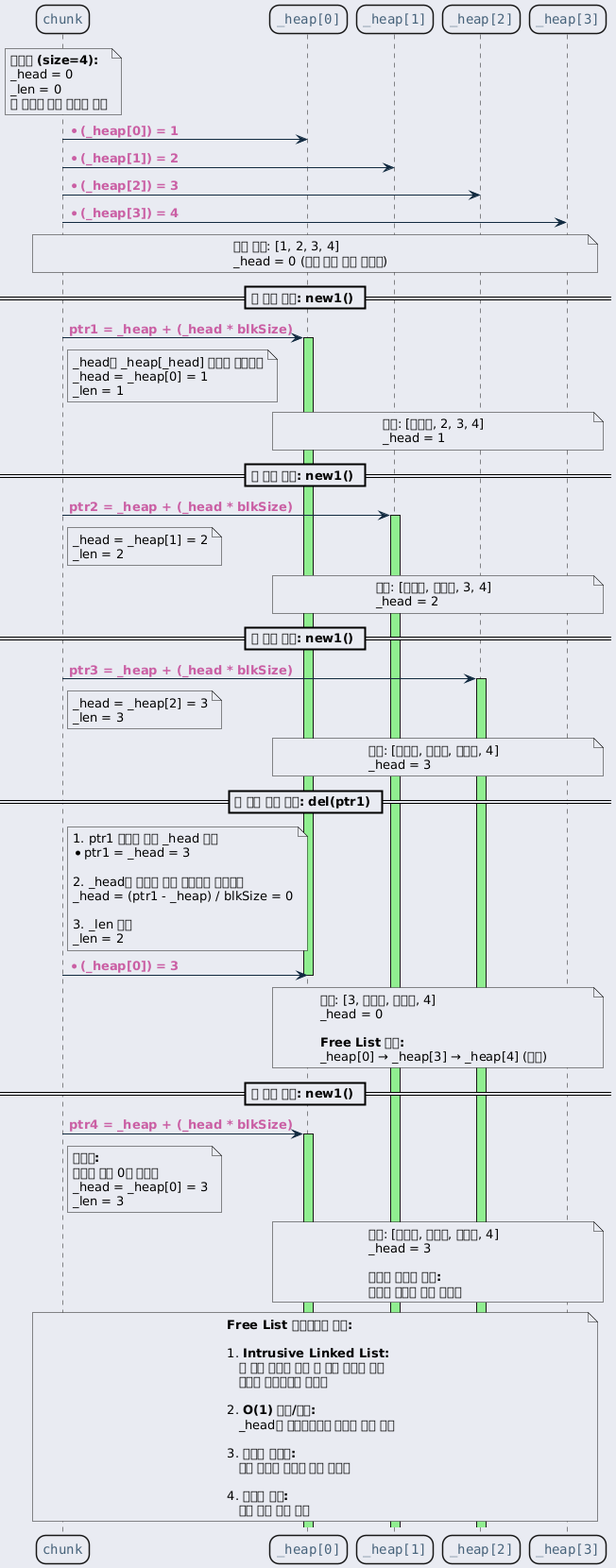
Before: ref/generated/ko/inline_umlgraph_12.png, a diagram exported from PlantUML (byeolang/website). Source of this version:
```plantuml
@startuml inline_umlgraph_12.png
<style>
  root {
    BackGroundColor: #E9EBF2;
  }
  class, node, object, participant, actor, boundary, control, entity, database, collections, queue {
    LineThickness: 1.5;
    HorizontalAlignment center;
    FontColor: #47637b;
    FontSize: 14;
    FontName: "Courier";
    RoundCorner: 20;
  }
  arrow {
    LineColor: #112a40;
    FontColor: #ca5fa4;
    FontStyle: "bold"
  }
  visibilityIcon {
    protected {
      LineColor DarkGoldenRod
      BackgroundColor DarkGoldenRod
    }
}
</style>
participant "chunk" as chunk
participant "_heap[0]" as heap0
participant "_heap[1]" as heap1
participant "_heap[2]" as heap2
participant "_heap[3]" as heap3

note over chunk
  <b>초기화 (size=4):</b>
  _head = 0
  _len = 0
  각 원소에 다음 인덱스 저장
end note

chunk -> heap0 : *(_heap[0]) = 1
chunk -> heap1 : *(_heap[1]) = 2
chunk -> heap2 : *(_heap[2]) = 3
chunk -> heap3 : *(_heap[3]) = 4

note over chunk, heap3
  초기 상태: [1, 2, 3, 4]
  _head = 0 (다음 할당 가능 인덱스)
end note

== 첫 번째 할당: new1() ==

chunk -> heap0 : ptr1 = _heap + (_head * blkSize)
activate heap0 #lightgreen

note right of chunk
  _head를 _heap[_head] 값으로 업데이트
  _head = _heap[0] = 1
  _len = 1
end note

note over heap0, heap3
  상태: [<b>사용중</b>, 2, 3, 4]
  _head = 1
end note

== 두 번째 할당: new1() ==

chunk -> heap1 : ptr2 = _heap + (_head * blkSize)
activate heap1 #lightgreen

note right of chunk
  _head = _heap[1] = 2
  _len = 2
end note

note over heap0, heap3
  상태: [<b>사용중</b>, <b>사용중</b>, 3, 4]
  _head = 2
end note

== 세 번째 할당: new1() ==

chunk -> heap2 : ptr3 = _heap + (_head * blkSize)
activate heap2 #lightgreen

note right of chunk
  _head = _heap[2] = 3
  _len = 3
end note

note over heap0, heap3
  상태: [<b>사용중</b>, <b>사용중</b>, <b>사용중</b>, 4]
  _head = 3
end note

== 첫 번째 블록 해제: del(ptr1) ==

note right of chunk
  1. ptr1 위치에 현재 _head 저장
  *ptr1 = _head = 3

  2. _head를 해제한 블록 인덱스로 업데이트
  _head = (ptr1 - _heap) / blkSize = 0

  3. _len 감소
  _len = 2
end note

chunk -> heap0 : *(_heap[0]) = 3
deactivate heap0

note over heap0, heap3
  상태: [3, <b>사용중</b>, <b>사용중</b>, 4]
  _head = 0

  <b>Free List 구조:</b>
  _heap[0] → _heap[3] → _heap[4] (없음)
end note

== 네 번째 할당: new1() ==

chunk -> heap0 : ptr4 = _heap + (_head * blkSize)
activate heap0 #lightgreen

note right of chunk
  <b>재사용:</b>
  해제된 블록 0을 재사용
  _head = _heap[0] = 3
  _len = 3
end note

note over heap0, heap3
  상태: [<b>사용중</b>, <b>사용중</b>, <b>사용중</b>, 4]
  _head = 3

  <b>메모리 지역성 향상:</b>
  해제된 블록을 즉시 재사용
end note

note over chunk, heap3
  <b>Free List 알고리즘의 특징:</b>

  1. <b>Intrusive Linked List:</b>
     빈 블록 자체에 다음 빈 블록 인덱스 저장
     별도의 메타데이터 불필요

  2. <b>O(1) 할당/해제:</b>
     _head만 업데이트하면 되므로 상수 시간

  3. <b>메모리 지역성:</b>
     최근 해제된 블록을 먼저 재사용

  4. <b>단편화 방지:</b>
     고정 크기 블록 사용
end note
@enduml
```
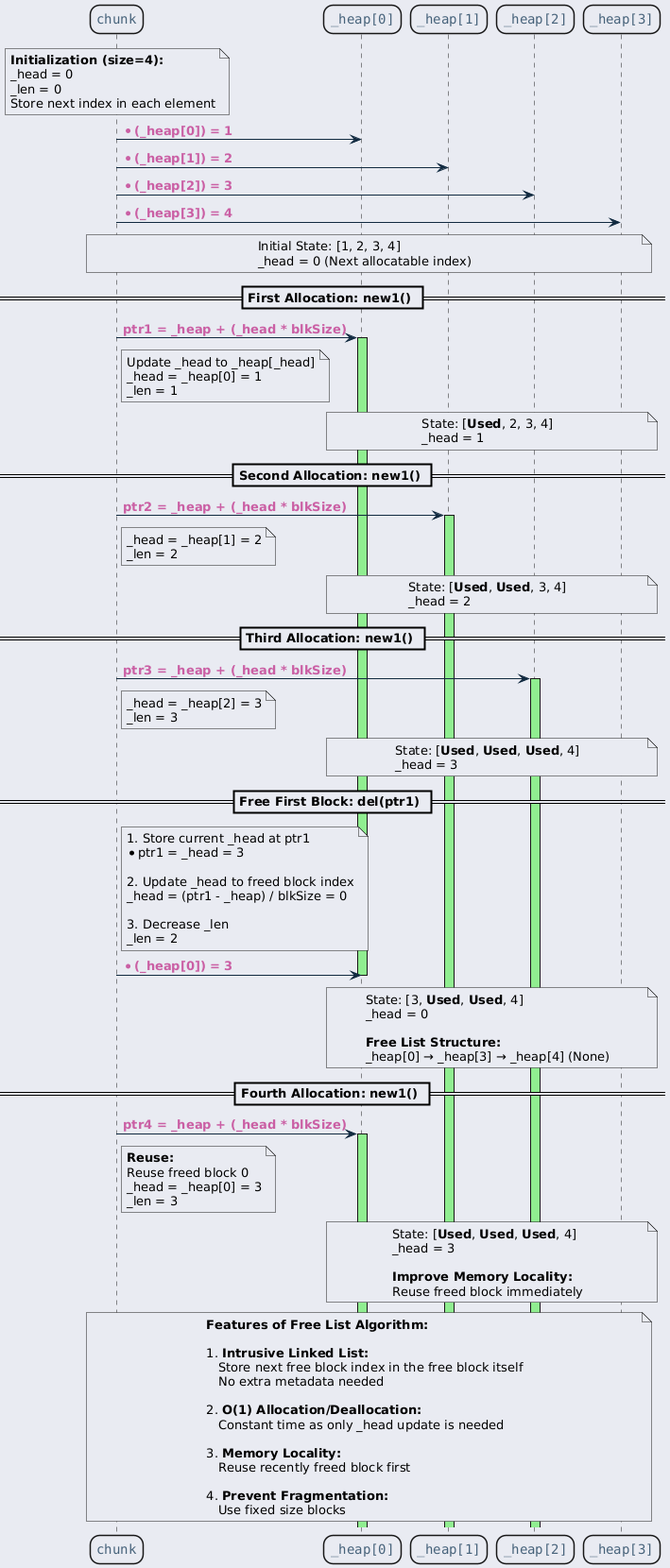
Later version of the same file.

The edit, as a diff of the source:
```diff
@@ -30,10 +30,10 @@
 participant "_heap[3]" as heap3
 
 note over chunk
-  <b>초기화 (size=4):</b>
+  <b>Initialization (size=4):</b>
   _head = 0
   _len = 0
-  각 원소에 다음 인덱스 저장
+  Store next index in each element
 end note
 
 chunk -> heap0 : *(_heap[0]) = 1
@@ -42,27 +42,27 @@
 chunk -> heap3 : *(_heap[3]) = 4
 
 note over chunk, heap3
-  초기 상태: [1, 2, 3, 4]
-  _head = 0 (다음 할당 가능 인덱스)
+  Initial State: [1, 2, 3, 4]
+  _head = 0 (Next allocatable index)
 end note
 
-== 첫 번째 할당: new1() ==
+== First Allocation: new1() ==
 
 chunk -> heap0 : ptr1 = _heap + (_head * blkSize)
 activate heap0 #lightgreen
 
 note right of chunk
-  _head를 _heap[_head] 값으로 업데이트
+  Update _head to _heap[_head]
   _head = _heap[0] = 1
   _len = 1
 end note
 
 note over heap0, heap3
-  상태: [<b>사용중</b>, 2, 3, 4]
+  State: [<b>Used</b>, 2, 3, 4]
   _head = 1
 end note
 
-== 두 번째 할당: new1() ==
+== Second Allocation: new1() ==
 
 chunk -> heap1 : ptr2 = _heap + (_head * blkSize)
 activate heap1 #lightgreen
@@ -73,11 +73,11 @@
 end note
 
 note over heap0, heap3
-  상태: [<b>사용중</b>, <b>사용중</b>, 3, 4]
+  State: [<b>Used</b>, <b>Used</b>, 3, 4]
   _head = 2
 end note
 
-== 세 번째 할당: new1() ==
+== Third Allocation: new1() ==
 
 chunk -> heap2 : ptr3 = _heap + (_head * blkSize)
 activate heap2 #lightgreen
@@ -88,20 +88,20 @@
 end note
 
 note over heap0, heap3
-  상태: [<b>사용중</b>, <b>사용중</b>, <b>사용중</b>, 4]
+  State: [<b>Used</b>, <b>Used</b>, <b>Used</b>, 4]
   _head = 3
 end note
 
-== 첫 번째 블록 해제: del(ptr1) ==
+== Free First Block: del(ptr1) ==
 
 note right of chunk
-  1. ptr1 위치에 현재 _head 저장
+  1. Store current _head at ptr1
   *ptr1 = _head = 3
 
-  2. _head를 해제한 블록 인덱스로 업데이트
+  2. Update _head to freed block index
   _head = (ptr1 - _heap) / blkSize = 0
 
-  3. _len 감소
+  3. Decrease _len
   _len = 2
 end note
 
@@ -109,47 +109,47 @@
 deactivate heap0
 
 note over heap0, heap3
-  상태: [3, <b>사용중</b>, <b>사용중</b>, 4]
+  State: [3, <b>Used</b>, <b>Used</b>, 4]
   _head = 0
 
-  <b>Free List 구조:</b>
-  _heap[0] → _heap[3] → _heap[4] (없음)
+  <b>Free List Structure:</b>
+  _heap[0] → _heap[3] → _heap[4] (None)
 end note
 
-== 네 번째 할당: new1() ==
+== Fourth Allocation: new1() ==
 
 chunk -> heap0 : ptr4 = _heap + (_head * blkSize)
 activate heap0 #lightgreen
 
 note right of chunk
-  <b>재사용:</b>
-  해제된 블록 0을 재사용
+  <b>Reuse:</b>
+  Reuse freed block 0
   _head = _heap[0] = 3
   _len = 3
 end note
 
 note over heap0, heap3
-  상태: [<b>사용중</b>, <b>사용중</b>, <b>사용중</b>, 4]
+  State: [<b>Used</b>, <b>Used</b>, <b>Used</b>, 4]
   _head = 3
 
-  <b>메모리 지역성 향상:</b>
-  해제된 블록을 즉시 재사용
+  <b>Improve Memory Locality:</b>
+  Reuse freed block immediately
 end note
 
 note over chunk, heap3
-  <b>Free List 알고리즘의 특징:</b>
+  <b>Features of Free List Algorithm:</b>
 
   1. <b>Intrusive Linked List:</b>
-     빈 블록 자체에 다음 빈 블록 인덱스 저장
-     별도의 메타데이터 불필요
+     Store next free block index in the free block itself
+     No extra metadata needed
 
-  2. <b>O(1) 할당/해제:</b>
-     _head만 업데이트하면 되므로 상수 시간
+  2. <b>O(1) Allocation/Deallocation:</b>
+     Constant time as only _head update is needed
 
-  3. <b>메모리 지역성:</b>
-     최근 해제된 블록을 먼저 재사용
+  3. <b>Memory Locality:</b>
+     Reuse recently freed block first
 
-  4. <b>단편화 방지:</b>
-     고정 크기 블록 사용
+  4. <b>Prevent Fragmentation:</b>
+     Use fixed size blocks
 end note
 @enduml
```
